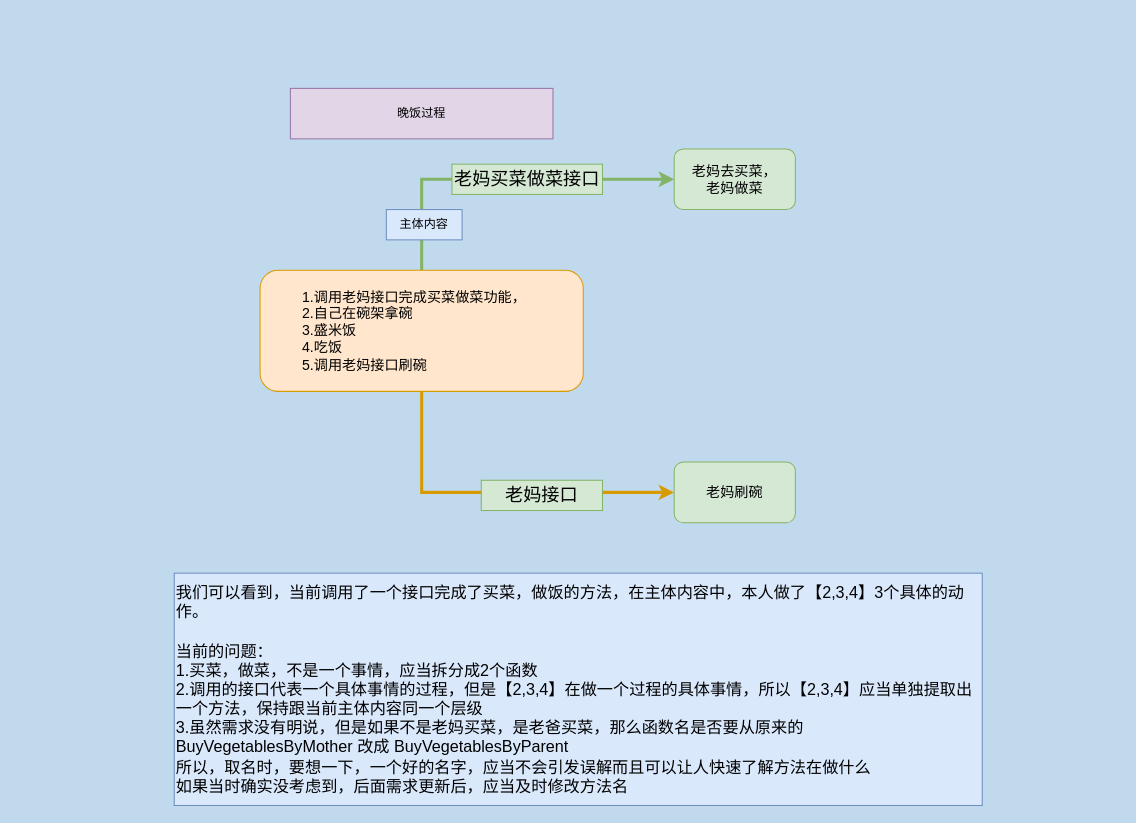
This is 晚饭过程.drawio from bestOneOnly/drawRelations, a draw.io file, before an edit. Source tidied: cells renumbered, new cells numbered last; positions are measured from the earlier drawing's top-left corner, leaving out a move shared by most shapes. Both pictures are drawn from the tidied source at 101%, with x=0, y=0 at pixel (174, 88).
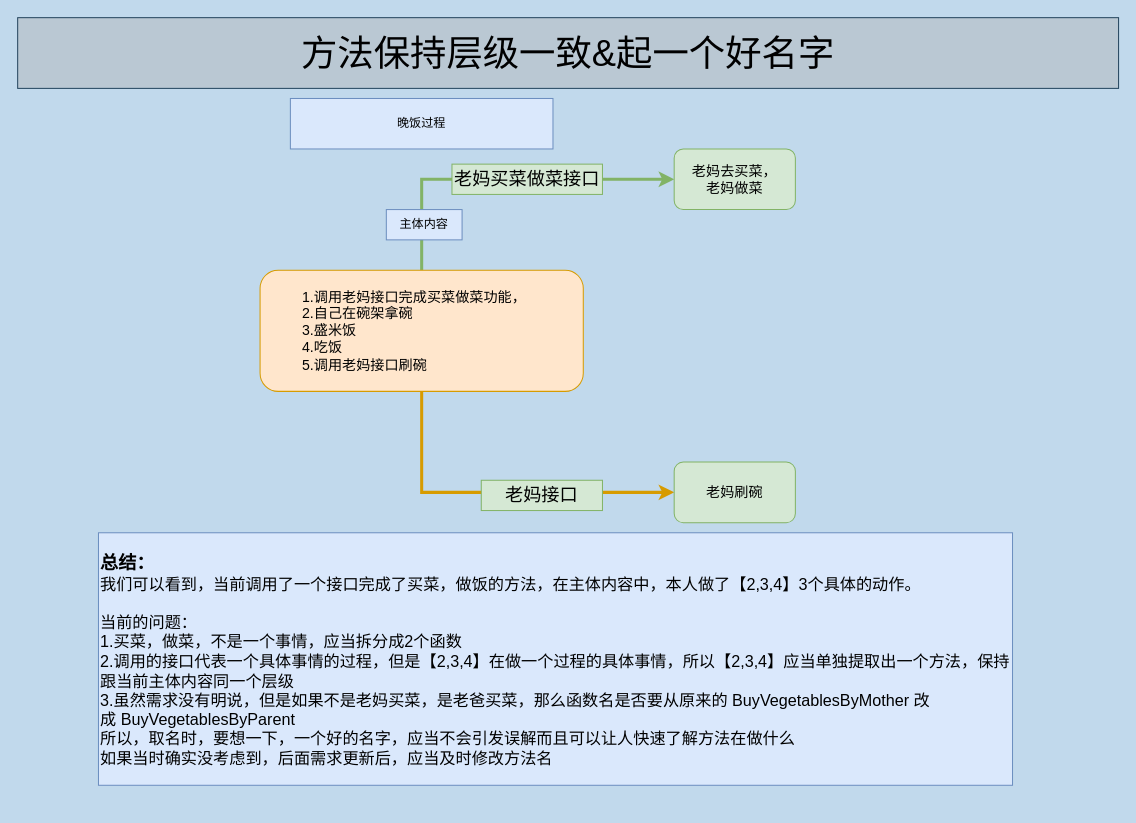
The same page after the edit.

Commit message (it also covers changes not shown here):
更新晚饭过程.drawio

What changed in the source:
```diff
@@
 <mxGraphModel background="#C1D9EC">
   <root>
     <mxCell id="0" />
     <mxCell id="1" parent="0" />
     <mxCell id="2" style="edgeStyle=orthogonalEdgeStyle;rounded=0;jettySize=auto;html=1;exitX=0.5;exitY=0;exitDx=0;exitDy=0;entryX=0;entryY=0.5;entryDx=0;entryDy=0;fillColor=#d5e8d4;strokeColor=#82b366;strokeWidth=3;" parent="1" edge="1" source="4" target="5">
       <mxGeometry relative="1" as="geometry" />
     </mxCell>
     <mxCell id="3" style="edgeStyle=orthogonalEdgeStyle;rounded=0;jettySize=auto;html=1;exitX=0.5;exitY=1;exitDx=0;exitDy=0;entryX=0;entryY=0.5;entryDx=0;entryDy=0;strokeWidth=3;fillColor=#ffe6cc;strokeColor=#d79b00;" parent="1" edge="1" source="4" target="7">
       <mxGeometry relative="1" as="geometry" />
     </mxCell>
     <mxCell id="4" value="&lt;blockquote style=&quot;margin: 0 0 0 40px; border: none; padding: 0px;&quot;&gt;&lt;font style=&quot;font-size: 14px;&quot;&gt;1.调用老妈接口完成买菜做菜功能，&lt;br&gt;&lt;/font&gt;&lt;font style=&quot;font-size: 14px;&quot;&gt;2.自己在碗架拿碗&lt;/font&gt;&lt;div style=&quot;&quot;&gt;&lt;font style=&quot;font-size: 14px;&quot;&gt;3.盛米饭&lt;/font&gt;&lt;/div&gt;&lt;div style=&quot;&quot;&gt;&lt;font style=&quot;font-size: 14px;&quot;&gt;4.吃饭&lt;/font&gt;&lt;/div&gt;&lt;div style=&quot;&quot;&gt;&lt;font style=&quot;font-size: 14px;&quot;&gt;5.调用老妈接口刷碗&lt;/font&gt;&lt;/div&gt;&lt;/blockquote&gt;" style="rounded=1;whiteSpace=wrap;html=1;fillColor=#ffe6cc;strokeColor=#d79b00;align=left;" parent="1" vertex="1">
       <mxGeometry x="85" y="180" width="320" height="120" as="geometry" />
     </mxCell>
     <mxCell id="5" value="&lt;font style=&quot;font-size: 14px;&quot;&gt;老妈去买菜，&lt;br&gt;老妈做菜&lt;/font&gt;" style="rounded=1;whiteSpace=wrap;html=1;fillColor=#d5e8d4;strokeColor=#82b366;" parent="1" vertex="1">
       <mxGeometry x="495" y="60" width="120" height="60" as="geometry" />
     </mxCell>
     <mxCell id="6" value="主体内容" style="text;html=1;whiteSpace=wrap;strokeColor=#6c8ebf;fillColor=#dae8fc;align=center;verticalAlign=middle;rounded=0;" parent="1" vertex="1">
       <mxGeometry x="210" y="120" width="75" height="30" as="geometry" />
     </mxCell>
     <mxCell id="7" value="&lt;font style=&quot;font-size: 14px;&quot;&gt;老妈刷碗&lt;br&gt;&lt;/font&gt;" style="rounded=1;whiteSpace=wrap;html=1;fillColor=#d5e8d4;strokeColor=#82b366;" parent="1" vertex="1">
       <mxGeometry x="495" y="370" width="120" height="60" as="geometry" />
     </mxCell>
-    <mxCell id="8" value="晚饭过程" style="text;html=1;whiteSpace=wrap;strokeColor=#9673a6;fillColor=#e1d5e7;align=center;verticalAlign=middle;rounded=0;" parent="1" vertex="1">
-      <mxGeometry x="115" width="260" height="50" as="geometry" />
+    <mxCell id="8" value="晚饭过程" style="text;html=1;whiteSpace=wrap;strokeColor=#6c8ebf;fillColor=#dae8fc;align=center;verticalAlign=middle;rounded=0;" parent="1" vertex="1">
+      <mxGeometry x="115" y="10" width="260" height="50" as="geometry" />
     </mxCell>
-    <mxCell id="9" value="&lt;div style=&quot;&quot;&gt;&lt;span style=&quot;background-color: transparent; color: light-dark(rgb(0, 0, 0), rgb(255, 255, 255));&quot;&gt;&lt;font style=&quot;font-size: 16px;&quot;&gt;我们可以看到，当前调用了一个接口完成了买菜，做饭的方法，在主体内容中，本人做了【2,3,4】3个具体的动作。&lt;br&gt;&lt;br&gt;当前的问题：&lt;br&gt;1.买菜，做菜，不是一个事情，应当拆分成2个函数&lt;br&gt;2.调用的接口代表一个具体事情的过程，但是【2,3,4】在做一个过程的具体事情，所以【2,3,4】应当单独提取出一个方法，保持跟当前主体内容同一个层级&lt;/font&gt;&lt;/span&gt;&lt;/div&gt;&lt;div style=&quot;&quot;&gt;&lt;font size=&quot;3&quot;&gt;&lt;span style=&quot;background-color: transparent; color: light-dark(rgb(0, 0, 0), rgb(255, 255, 255));&quot;&gt;&lt;font style=&quot;&quot;&gt;3.虽然需求没有明说，但是如果不是老妈买菜，是老爸买菜，那么函数名是否要从原来的 Buy&lt;/font&gt;&lt;/span&gt;&lt;span style=&quot;background-color: transparent;&quot;&gt;VegetablesByMother 改成&amp;nbsp;&lt;/span&gt;&lt;span style=&quot;background-color: transparent; color: light-dark(rgb(0, 0, 0), rgb(255, 255, 255));&quot;&gt;&lt;font style=&quot;&quot;&gt;Buy&lt;/font&gt;&lt;/span&gt;&lt;span style=&quot;background-color: transparent; color: light-dark(rgb(0, 0, 0), rgb(255, 255, 255));&quot;&gt;VegetablesByParent&lt;br&gt;&lt;/span&gt;所以，取名时，要想一下，一个好的名字，应当不会引发误解而且可以让人快速了解方法在做什么&lt;br&gt;如果当时确实没考虑到，后面需求更新后，应当及时修改方法名&lt;/font&gt;&lt;/div&gt;" style="text;html=1;whiteSpace=wrap;strokeColor=#6c8ebf;fillColor=#dae8fc;align=left;verticalAlign=middle;rounded=0;" parent="1" vertex="1">
-      <mxGeometry y="480" width="800" height="230" as="geometry" />
+    <mxCell id="9" value="&lt;div style=&quot;&quot;&gt;&lt;span style=&quot;background-color: transparent; color: light-dark(rgb(0, 0, 0), rgb(255, 255, 255));&quot;&gt;&lt;font style=&quot;font-size: 18px;&quot;&gt;&lt;b&gt;&lt;br&gt;&lt;/b&gt;&lt;/font&gt;&lt;/span&gt;&lt;/div&gt;&lt;div style=&quot;&quot;&gt;&lt;span style=&quot;background-color: transparent; color: light-dark(rgb(0, 0, 0), rgb(255, 255, 255));&quot;&gt;&lt;font style=&quot;font-size: 18px;&quot;&gt;&lt;b&gt;总结：&lt;/b&gt;&lt;/font&gt;&lt;/span&gt;&lt;/div&gt;&lt;div style=&quot;&quot;&gt;&lt;span style=&quot;background-color: transparent; color: light-dark(rgb(0, 0, 0), rgb(255, 255, 255));&quot;&gt;&lt;font style=&quot;font-size: 16px;&quot;&gt;我们可以看到，当前调用了一个接口完成了买菜，做饭的方法，在主体内容中，本人做了【2,3,4】3个具体的动作。&lt;br&gt;&lt;br&gt;当前的问题：&lt;br&gt;1.买菜，做菜，不是一个事情，应当拆分成2个函数&lt;br&gt;2.调用的接口代表一个具体事情的过程，但是【2,3,4】在做一个过程的具体事情，所以【2,3,4】应当单独提取出一个方法，保持跟当前主体内容同一个层级&lt;/font&gt;&lt;/span&gt;&lt;/div&gt;&lt;div style=&quot;&quot;&gt;&lt;font size=&quot;3&quot;&gt;&lt;span style=&quot;background-color: transparent; color: light-dark(rgb(0, 0, 0), rgb(255, 255, 255));&quot;&gt;&lt;font style=&quot;&quot;&gt;3.虽然需求没有明说，但是如果不是老妈买菜，是老爸买菜，那么函数名是否要从原来的 Buy&lt;/font&gt;&lt;/span&gt;&lt;span style=&quot;background-color: transparent;&quot;&gt;VegetablesByMother 改成&amp;nbsp;&lt;/span&gt;&lt;span style=&quot;background-color: transparent; color: light-dark(rgb(0, 0, 0), rgb(255, 255, 255));&quot;&gt;&lt;font style=&quot;&quot;&gt;Buy&lt;/font&gt;&lt;/span&gt;&lt;span style=&quot;background-color: transparent; color: light-dark(rgb(0, 0, 0), rgb(255, 255, 255));&quot;&gt;VegetablesByParent&lt;br&gt;&lt;/span&gt;所以，取名时，要想一下，一个好的名字，应当不会引发误解而且可以让人快速了解方法在做什么&lt;br&gt;如果当时确实没考虑到，后面需求更新后，应当及时修改方法名&lt;/font&gt;&lt;/div&gt;&lt;div style=&quot;&quot;&gt;&lt;font size=&quot;3&quot;&gt;&lt;br&gt;&lt;/font&gt;&lt;/div&gt;" style="text;html=1;whiteSpace=wrap;strokeColor=#6c8ebf;fillColor=#dae8fc;align=left;verticalAlign=middle;rounded=0;" parent="1" vertex="1">
+      <mxGeometry x="-75" y="440" width="905" height="250" as="geometry" />
     </mxCell>
     <mxCell id="10" value="&lt;font style=&quot;font-size: 18px;&quot;&gt;老妈买菜做菜接口&lt;/font&gt;" style="text;html=1;whiteSpace=wrap;strokeColor=#82b366;fillColor=#d5e8d4;align=center;verticalAlign=middle;rounded=0;" parent="1" vertex="1">
       <mxGeometry x="275" y="75" width="149" height="30" as="geometry" />
     </mxCell>
     <mxCell id="11" value="&lt;font style=&quot;font-size: 18px;&quot;&gt;老妈接口&lt;/font&gt;" style="text;html=1;whiteSpace=wrap;strokeColor=#82b366;fillColor=#d5e8d4;align=center;verticalAlign=middle;rounded=0;" parent="1" vertex="1">
       <mxGeometry x="304" y="388" width="120" height="30" as="geometry" />
     </mxCell>
+    <mxCell id="12" value="&lt;font style=&quot;font-size: 36px;&quot;&gt;方法保持层级一致&amp;amp;起一个好名字&lt;/font&gt;" style="text;html=1;whiteSpace=wrap;strokeColor=#23445d;fillColor=#bac8d3;align=center;verticalAlign=middle;rounded=0;" parent="1" vertex="1">
+      <mxGeometry x="-155" y="-70" width="1090" height="70" as="geometry" />
+    </mxCell>
   </root>
 </mxGraphModel>
```
